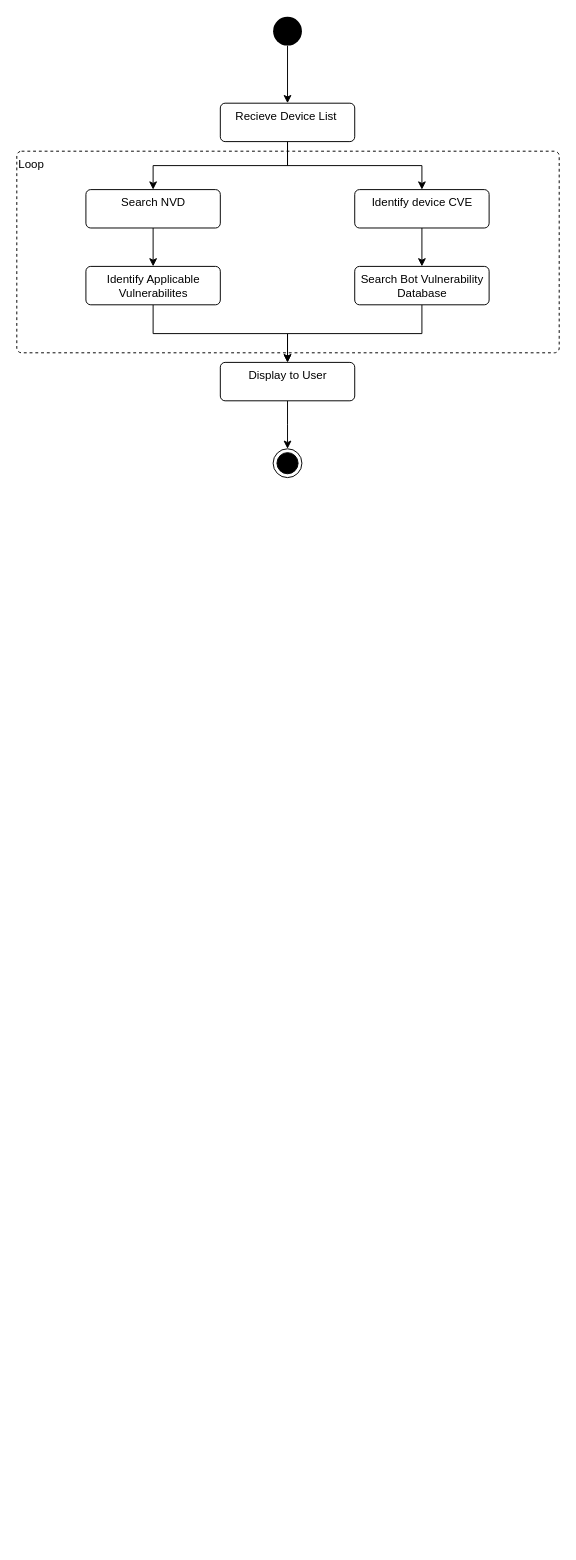
This is page "Vulnerability Check" (2 of 3) of Documentation/Diagrams/Design/CCI_app_UML_v01.drawio from KRechowicz/TrustUp, a draw.io file, before an edit. Source tidied: cells renumbered, new cells numbered last; positions are measured from the earlier drawing's top-left corner, leaving out a move shared by most shapes. Both pictures are drawn from the tidied source at 96%, with x=0, y=0 at pixel (16, 16).
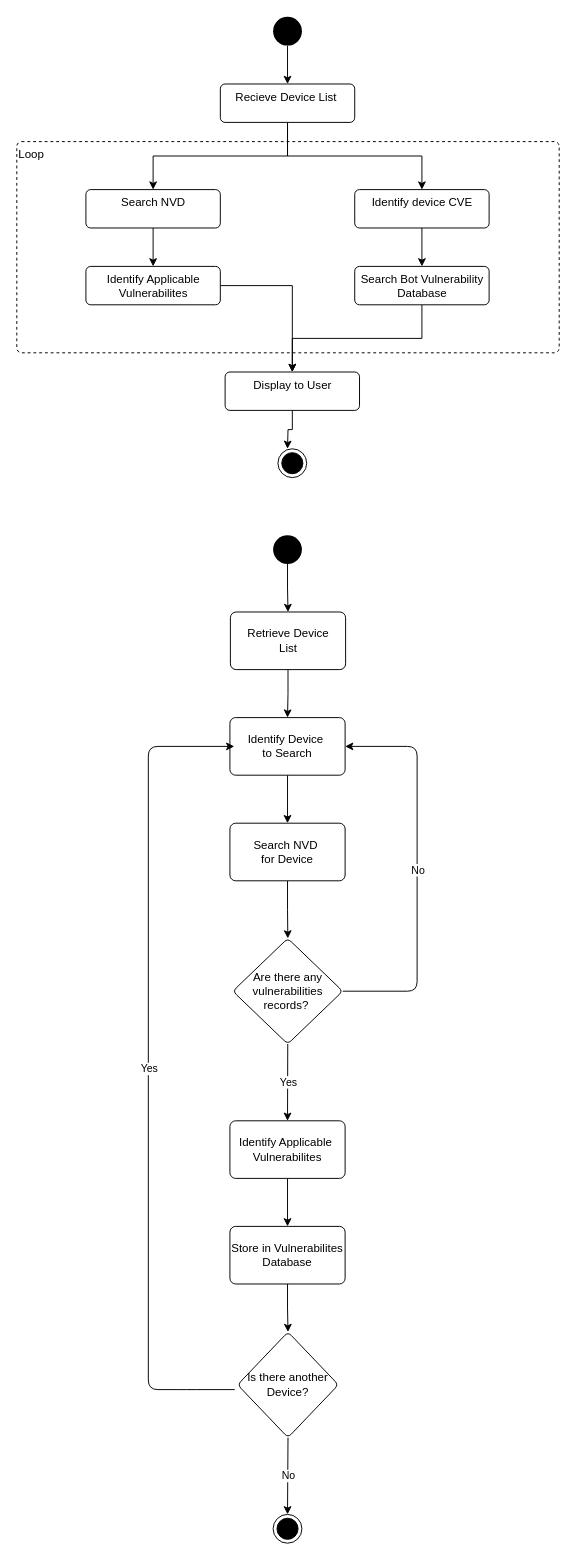
After the change.

The edit, as a diff of the source:
```diff
@@
     <mxCell id="2" value="Loop&lt;br&gt;" style="html=1;align=left;verticalAlign=top;rounded=1;absoluteArcSize=1;arcSize=10;dashed=1;" parent="1" vertex="1">
-      <mxGeometry y="140" width="565" height="210" as="geometry" />
+      <mxGeometry y="130" width="565" height="220" as="geometry" />
     </mxCell>
@@
     <mxCell id="7" value="Recieve Device List&amp;nbsp;" style="html=1;align=center;verticalAlign=top;rounded=1;absoluteArcSize=1;arcSize=10;dashed=0;" parent="1" vertex="1">
-      <mxGeometry x="212" y="90" width="140" height="40" as="geometry" />
+      <mxGeometry x="212" y="70" width="140" height="40" as="geometry" />
     </mxCell>
@@
     <mxCell id="17" value="Display to User" style="html=1;align=center;verticalAlign=top;rounded=1;absoluteArcSize=1;arcSize=10;dashed=0;" parent="1" vertex="1">
-      <mxGeometry x="212" y="360" width="140" height="40" as="geometry" />
+      <mxGeometry x="217" y="370" width="140" height="40" as="geometry" />
     </mxCell>
     <mxCell id="18" style="ellipse;html=1;shape=endState;fillColor=#000000;strokeColor=#000000;" parent="1" vertex="1">
-      <mxGeometry x="267" y="450" width="30" height="30" as="geometry" />
+      <mxGeometry x="272" y="450" width="30" height="30" as="geometry" />
     </mxCell>
+    <mxCell id="19" style="edgeStyle=orthogonalEdgeStyle;rounded=0;jettySize=auto;html=1;entryX=0.5;entryY=0;entryDx=0;entryDy=0;" parent="1" edge="1" source="20" target="22">
+      <mxGeometry relative="1" as="geometry" />
+    </mxCell>
+    <mxCell id="20" style="ellipse;fillColor=#000000;strokeColor=none;" parent="1" vertex="1">
+      <mxGeometry x="267" y="540" width="30" height="30" as="geometry" />
+    </mxCell>
+    <mxCell id="21" style="edgeStyle=orthogonalEdgeStyle;rounded=0;jettySize=auto;html=1;" parent="1" edge="1" source="22" target="24">
+      <mxGeometry relative="1" as="geometry" />
+    </mxCell>
+    <mxCell id="22" value="Retrieve Device&lt;br&gt;List" style="whiteSpace=wrap;html=1;rounded=1;dashed=0;verticalAlign=middle;arcSize=10;" parent="1" vertex="1">
+      <mxGeometry x="222.5" y="620" width="120" height="60" as="geometry" />
+    </mxCell>
+    <mxCell id="23" style="edgeStyle=orthogonalEdgeStyle;rounded=0;jettySize=auto;html=1;" parent="1" edge="1" source="24" target="26">
+      <mxGeometry relative="1" as="geometry" />
+    </mxCell>
+    <mxCell id="24" value="Identify Device&amp;nbsp;&lt;br&gt;to Search" style="whiteSpace=wrap;html=1;rounded=1;dashed=0;arcSize=10;" parent="1" vertex="1">
+      <mxGeometry x="222" y="730" width="120" height="60" as="geometry" />
+    </mxCell>
+    <mxCell id="25" style="edgeStyle=orthogonalEdgeStyle;rounded=0;jettySize=auto;html=1;" parent="1" edge="1" source="26" target="27">
+      <mxGeometry relative="1" as="geometry" />
+    </mxCell>
+    <mxCell id="26" value="Search NVD&amp;nbsp;&lt;br&gt;for Device" style="whiteSpace=wrap;html=1;rounded=1;dashed=0;arcSize=10;" parent="1" vertex="1">
+      <mxGeometry x="222" y="840" width="120" height="60" as="geometry" />
+    </mxCell>
+    <mxCell id="27" value="Are there any&lt;br&gt;vulnerabilities records?&amp;nbsp;" style="rhombus;whiteSpace=wrap;html=1;rounded=1;dashed=0;arcSize=10;" parent="1" vertex="1">
+      <mxGeometry x="225" y="960" width="114.5" height="110" as="geometry" />
+    </mxCell>
+    <mxCell id="28" style="endArrow=classic;html=1;exitX=1;exitY=0.5;exitDx=0;exitDy=0;entryX=1;entryY=0.5;entryDx=0;entryDy=0;" parent="1" edge="1" source="27" target="24">
+      <mxGeometry relative="1" as="geometry">
+        <Array as="points">
+          <mxPoint x="417" y="1015" />
+          <mxPoint x="417" y="760" />
+        </Array>
+      </mxGeometry>
+    </mxCell>
+    <mxCell id="29" value="No" style="edgeLabel;html=1;align=center;verticalAlign=middle;" parent="28" vertex="1">
+      <mxGeometry relative="1" as="geometry" />
+    </mxCell>
+    <mxCell id="30" style="endArrow=classic;html=1;exitX=0.5;exitY=1;exitDx=0;exitDy=0;entryX=0.5;entryY=0;entryDx=0;entryDy=0;" parent="1" edge="1" source="27" target="33">
+      <mxGeometry relative="1" as="geometry" />
+    </mxCell>
+    <mxCell id="31" value="Yes" style="edgeLabel;html=1;align=center;verticalAlign=middle;" parent="30" vertex="1">
+      <mxGeometry relative="1" as="geometry" />
+    </mxCell>
+    <mxCell id="32" style="edgeStyle=orthogonalEdgeStyle;rounded=0;jettySize=auto;html=1;" parent="1" edge="1" source="33" target="35">
+      <mxGeometry relative="1" as="geometry" />
+    </mxCell>
+    <mxCell id="33" value="Identify Applicable&amp;nbsp;&lt;br&gt;Vulnerabilites" style="whiteSpace=wrap;html=1;rounded=1;dashed=0;arcSize=10;" parent="1" vertex="1">
+      <mxGeometry x="222" y="1150" width="120" height="60" as="geometry" />
+    </mxCell>
+    <mxCell id="34" style="edgeStyle=orthogonalEdgeStyle;rounded=0;jettySize=auto;html=1;" parent="1" edge="1" source="35" target="36">
+      <mxGeometry relative="1" as="geometry" />
+    </mxCell>
+    <mxCell id="35" value="Store in Vulnerabilites&lt;br&gt;Database" style="whiteSpace=wrap;html=1;rounded=1;dashed=0;arcSize=10;" parent="1" vertex="1">
+      <mxGeometry x="222" y="1260" width="120" height="60" as="geometry" />
+    </mxCell>
+    <mxCell id="36" value="Is there another Device?" style="rhombus;whiteSpace=wrap;html=1;rounded=1;dashed=0;arcSize=10;" parent="1" vertex="1">
+      <mxGeometry x="230" y="1370" width="105" height="110" as="geometry" />
+    </mxCell>
+    <mxCell id="37" style="endArrow=classic;html=1;entryX=0.038;entryY=0.5;entryDx=0;entryDy=0;entryPerimeter=0;" parent="1" edge="1" target="24">
+      <mxGeometry relative="1" as="geometry">
+        <mxPoint x="227" y="1430" as="sourcePoint" />
+        <Array as="points">
+          <mxPoint x="177" y="1430" />
+          <mxPoint x="137" y="1430" />
+          <mxPoint x="137" y="760" />
+        </Array>
+      </mxGeometry>
+    </mxCell>
+    <mxCell id="38" value="Yes" style="edgeLabel;html=1;align=center;verticalAlign=middle;" parent="37" vertex="1">
+      <mxGeometry relative="1" as="geometry" />
+    </mxCell>
+    <mxCell id="39" style="ellipse;html=1;shape=endState;fillColor=#000000;strokeColor=#000000;align=left;" parent="1" vertex="1">
+      <mxGeometry x="267" y="1560" width="30" height="30" as="geometry" />
+    </mxCell>
+    <mxCell id="40" style="endArrow=classic;html=1;exitX=0.5;exitY=1;exitDx=0;exitDy=0;" parent="1" edge="1" source="36" target="39">
+      <mxGeometry relative="1" as="geometry" />
+    </mxCell>
+    <mxCell id="41" value="No" style="edgeLabel;html=1;align=center;verticalAlign=middle;" parent="40" vertex="1">
+      <mxGeometry relative="1" as="geometry" />
+    </mxCell>
```
